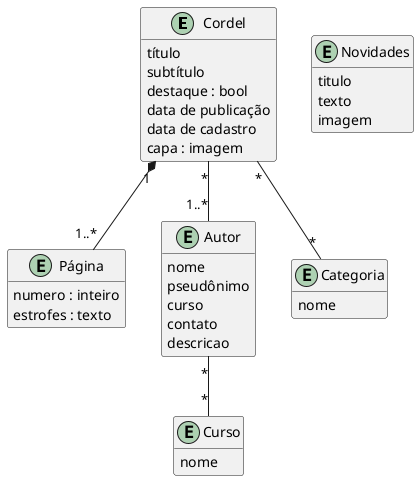
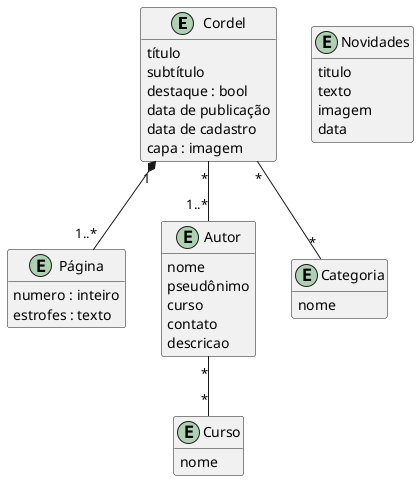
@startuml
hide empty methods
entity Cordel{
  título
  subtítulo
  destaque : bool
  data de publicação
  data de cadastro
  capa : imagem
}
entity Página{
  numero : inteiro
  estrofes : texto
}
entity Curso{
  nome
}
entity Autor{
  nome
  pseudônimo
  curso
  contato
  descricao
}
entity Categoria{
  nome
}
entity Novidades {
  titulo
  texto
  imagem
+   data
}
Cordel "1" *-- "1..*" Página
Cordel "*" -- "1..*" Autor
Cordel "*" -- "*" Categoria
Autor "*" -- "*" Curso
' visite plantuml.com para gerar o diagrama
@enduml
